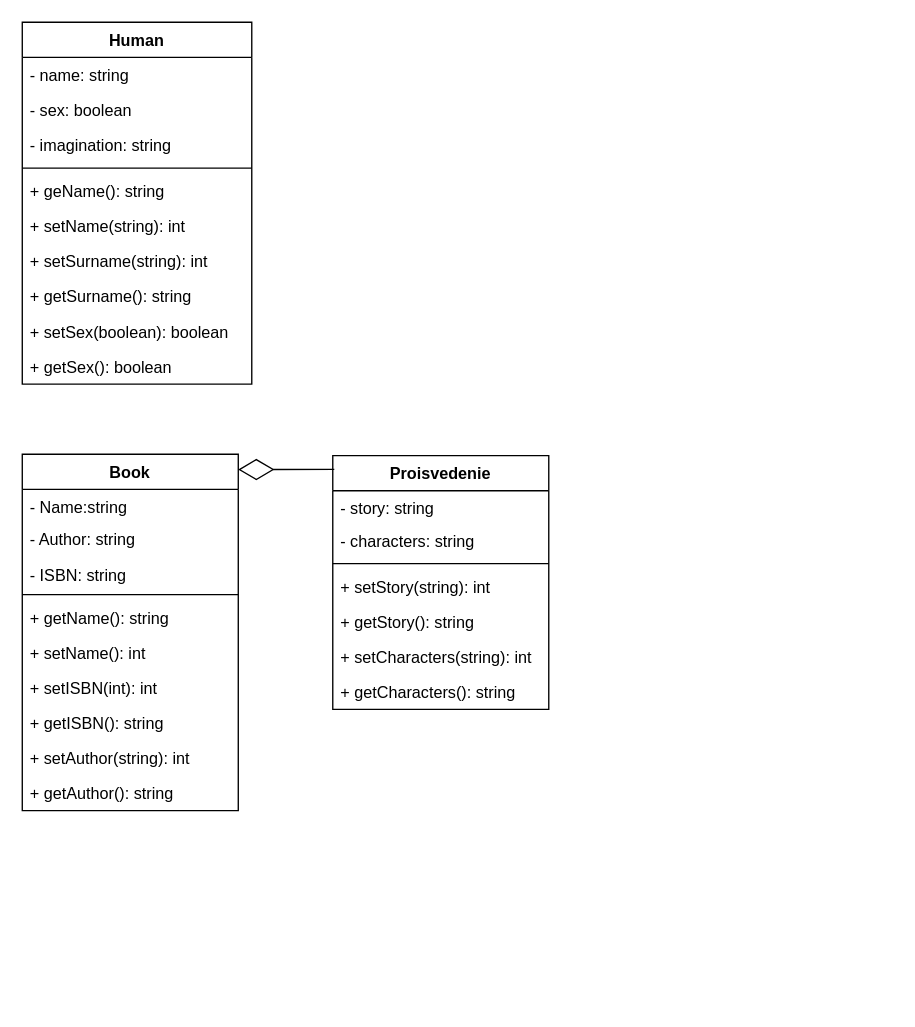
This is Reader #2/Reader.drawio from mxngell/Class, a draw.io file, before an edit. Source tidied: cells renumbered, new cells numbered last; positions are measured from the earlier drawing's top-left corner, leaving out a move shared by most shapes. Both pictures are drawn from the tidied source at 135%, with x=0, y=0 at pixel (22, 22).
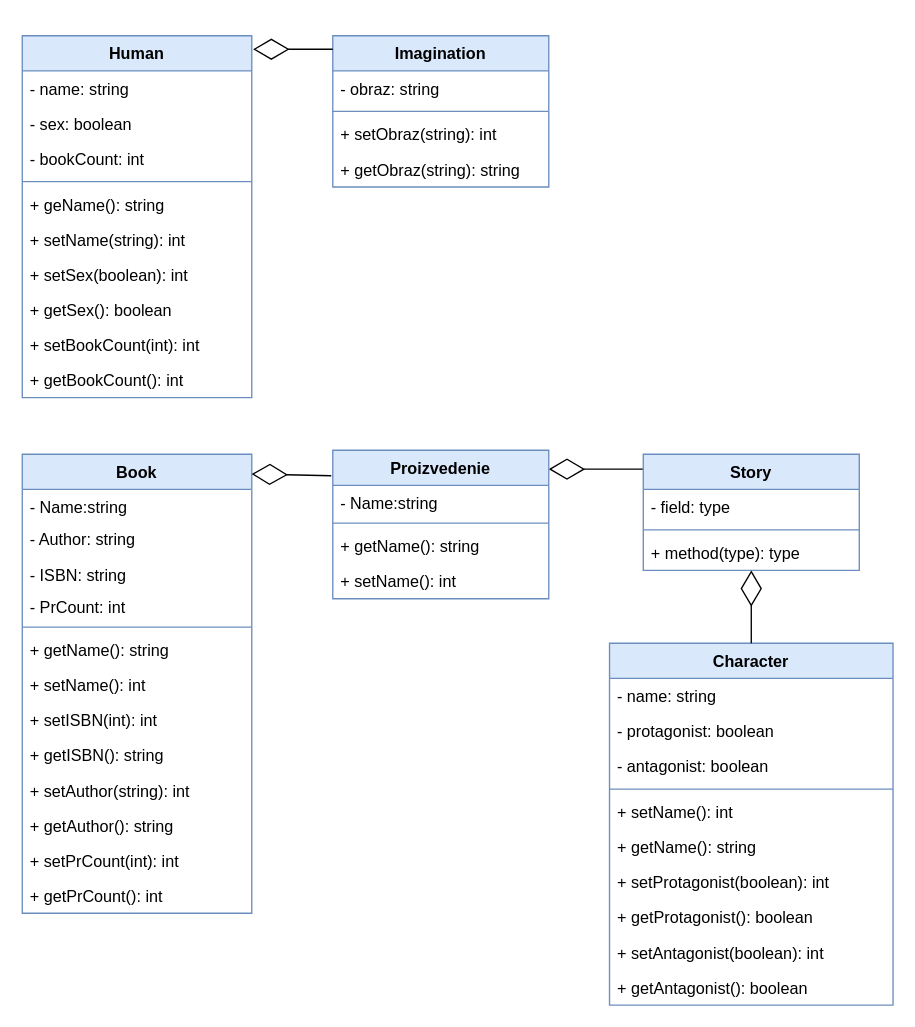
Above is the later version.

Diff of the diagram source:
```diff
@@
-    <mxCell id="2" value="Human" style="swimlane;fontStyle=1;align=center;verticalAlign=top;horizontal=1;startSize=26;" parent="1" vertex="1">
-      <mxGeometry width="170" height="268" as="geometry" />
+    <mxCell id="2" value="Human" style="swimlane;fontStyle=1;align=center;verticalAlign=top;horizontal=1;startSize=26;fillColor=#dae8fc;strokeColor=#6c8ebf;" parent="1" vertex="1">
+      <mxGeometry y="10" width="170" height="268" as="geometry" />
     </mxCell>
@@
-    <mxCell id="5" value="- imagination: string" style="text;strokeColor=none;fillColor=none;align=left;verticalAlign=top;spacingLeft=4;spacingRight=4;overflow=hidden;" parent="2" vertex="1">
-      <mxGeometry y="78" width="170" height="26" as="geometry" />
-    </mxCell>
+    <mxCell id="33" value="- bookCount: int" style="text;strokeColor=none;fillColor=none;align=left;verticalAlign=top;spacingLeft=4;spacingRight=4;overflow=hidden;" parent="2" vertex="1">
+      <mxGeometry y="78" width="170" height="26" as="geometry" />
+    </mxCell>
@@
-    <mxCell id="9" value="+ setSurname(string): int" style="text;strokeColor=none;fillColor=none;align=left;verticalAlign=top;spacingLeft=4;spacingRight=4;overflow=hidden;" parent="2" vertex="1">
-      <mxGeometry y="164" width="170" height="26" as="geometry" />
-    </mxCell>
-    <mxCell id="10" value="+ getSurname(): string" style="text;strokeColor=none;fillColor=none;align=left;verticalAlign=top;spacingLeft=4;spacingRight=4;overflow=hidden;" parent="2" vertex="1">
-      <mxGeometry y="190" width="170" height="26" as="geometry" />
-    </mxCell>
-    <mxCell id="11" value="+ setSex(boolean): boolean" style="text;strokeColor=none;fillColor=none;align=left;verticalAlign=top;spacingLeft=4;spacingRight=4;overflow=hidden;" parent="2" vertex="1">
-      <mxGeometry y="216" width="170" height="26" as="geometry" />
+    <mxCell id="11" value="+ setSex(boolean): int" style="text;strokeColor=none;fillColor=none;align=left;verticalAlign=top;spacingLeft=4;spacingRight=4;overflow=hidden;" parent="2" vertex="1">
+      <mxGeometry y="164" width="170" height="26" as="geometry" />
     </mxCell>
     <mxCell id="12" value="+ getSex(): boolean" style="text;strokeColor=none;fillColor=none;align=left;verticalAlign=top;spacingLeft=4;spacingRight=4;overflow=hidden;" parent="2" vertex="1">
-      <mxGeometry y="242" width="170" height="26" as="geometry" />
+      <mxGeometry y="190" width="170" height="26" as="geometry" />
     </mxCell>
+    <mxCell id="34" value="+ setBookCount(int): int" style="text;strokeColor=none;fillColor=none;align=left;verticalAlign=top;spacingLeft=4;spacingRight=4;overflow=hidden;" parent="2" vertex="1">
+      <mxGeometry y="216" width="170" height="26" as="geometry" />
+    </mxCell>
+    <mxCell id="35" value="+ getBookCount(): int" style="text;strokeColor=none;fillColor=none;align=left;verticalAlign=top;spacingLeft=4;spacingRight=4;overflow=hidden;" parent="2" vertex="1">
+      <mxGeometry y="242" width="170" height="26" as="geometry" />
+    </mxCell>
-    <mxCell id="13" value="Book" style="swimlane;fontStyle=1;align=center;verticalAlign=top;horizontal=1;startSize=26;" parent="1" vertex="1">
-      <mxGeometry y="320" width="160" height="264" as="geometry" />
+    <mxCell id="13" value="Book" style="swimlane;fontStyle=1;align=center;verticalAlign=top;horizontal=1;startSize=26;fillColor=#dae8fc;strokeColor=#6c8ebf;" parent="1" vertex="1">
+      <mxGeometry y="320" width="170" height="340" as="geometry" />
     </mxCell>
     <mxCell id="14" value="- Name:string" style="text;strokeColor=none;fillColor=none;align=left;verticalAlign=top;spacingLeft=4;spacingRight=4;overflow=hidden;" parent="13" vertex="1">
-      <mxGeometry y="26" width="160" height="24" as="geometry" />
+      <mxGeometry y="26" width="170" height="24" as="geometry" />
     </mxCell>
     <mxCell id="15" value="- Author: string" style="text;strokeColor=none;fillColor=none;align=left;verticalAlign=top;spacingLeft=4;spacingRight=4;overflow=hidden;" parent="13" vertex="1">
-      <mxGeometry y="50" width="160" height="26" as="geometry" />
+      <mxGeometry y="50" width="170" height="26" as="geometry" />
     </mxCell>
     <mxCell id="16" value="- ISBN: string&#10;" style="text;strokeColor=none;fillColor=none;align=left;verticalAlign=top;spacingLeft=4;spacingRight=4;overflow=hidden;" parent="13" vertex="1">
-      <mxGeometry y="76" width="160" height="24" as="geometry" />
+      <mxGeometry y="76" width="170" height="24" as="geometry" />
     </mxCell>
+    <mxCell id="36" value="- PrCount: int&#10;" style="text;strokeColor=none;fillColor=none;align=left;verticalAlign=top;spacingLeft=4;spacingRight=4;overflow=hidden;" parent="13" vertex="1">
+      <mxGeometry y="100" width="170" height="24" as="geometry" />
+    </mxCell>
     <mxCell id="17" style="line;strokeWidth=1;fillColor=none;align=left;verticalAlign=middle;spacingTop=-1;spacingLeft=3;spacingRight=3;labelPosition=right;strokeColor=inherit;" parent="13" vertex="1">
-      <mxGeometry y="100" width="160" height="8" as="geometry" />
+      <mxGeometry y="124" width="170" height="8" as="geometry" />
     </mxCell>
     <mxCell id="18" value="+ getName(): string" style="text;strokeColor=none;fillColor=none;align=left;verticalAlign=top;spacingLeft=4;spacingRight=4;overflow=hidden;" parent="13" vertex="1">
-      <mxGeometry y="108" width="160" height="26" as="geometry" />
+      <mxGeometry y="132" width="170" height="26" as="geometry" />
     </mxCell>
     <mxCell id="19" value="+ setName(): int" style="text;strokeColor=none;fillColor=none;align=left;verticalAlign=top;spacingLeft=4;spacingRight=4;overflow=hidden;" parent="13" vertex="1">
-      <mxGeometry y="134" width="160" height="26" as="geometry" />
+      <mxGeometry y="158" width="170" height="26" as="geometry" />
     </mxCell>
     <mxCell id="20" value="+ setISBN(int): int" style="text;strokeColor=none;fillColor=none;align=left;verticalAlign=top;spacingLeft=4;spacingRight=4;overflow=hidden;" parent="13" vertex="1">
-      <mxGeometry y="160" width="160" height="26" as="geometry" />
+      <mxGeometry y="184" width="170" height="26" as="geometry" />
     </mxCell>
     <mxCell id="21" value="+ getISBN(): string" style="text;strokeColor=none;fillColor=none;align=left;verticalAlign=top;spacingLeft=4;spacingRight=4;overflow=hidden;" parent="13" vertex="1">
-      <mxGeometry y="186" width="160" height="26" as="geometry" />
+      <mxGeometry y="210" width="170" height="26" as="geometry" />
     </mxCell>
     <mxCell id="22" value="+ setAuthor(string): int" style="text;strokeColor=none;fillColor=none;align=left;verticalAlign=top;spacingLeft=4;spacingRight=4;overflow=hidden;" parent="13" vertex="1">
-      <mxGeometry y="212" width="160" height="26" as="geometry" />
+      <mxGeometry y="236" width="170" height="26" as="geometry" />
     </mxCell>
     <mxCell id="23" value="+ getAuthor(): string" style="text;strokeColor=none;fillColor=none;align=left;verticalAlign=top;spacingLeft=4;spacingRight=4;overflow=hidden;" parent="13" vertex="1">
-      <mxGeometry y="238" width="160" height="26" as="geometry" />
+      <mxGeometry y="262" width="170" height="26" as="geometry" />
     </mxCell>
-    <mxCell id="24" value="Proisvedenie" style="swimlane;fontStyle=1;align=center;verticalAlign=top;horizontal=1;startSize=26;" parent="1" vertex="1">
-      <mxGeometry x="230" y="321" width="160" height="188" as="geometry" />
-    </mxCell>
-    <mxCell id="25" value="- story: string&#10;" style="text;strokeColor=none;fillColor=none;align=left;verticalAlign=top;spacingLeft=4;spacingRight=4;overflow=hidden;" parent="24" vertex="1">
-      <mxGeometry y="26" width="160" height="24" as="geometry" />
-    </mxCell>
-    <mxCell id="26" value="- characters: string" style="text;strokeColor=none;fillColor=none;align=left;verticalAlign=top;spacingLeft=4;spacingRight=4;overflow=hidden;" parent="24" vertex="1">
-      <mxGeometry y="50" width="160" height="26" as="geometry" />
-    </mxCell>
-    <mxCell id="27" style="line;strokeWidth=1;fillColor=none;align=left;verticalAlign=middle;spacingTop=-1;spacingLeft=3;spacingRight=3;labelPosition=right;strokeColor=inherit;" parent="24" vertex="1">
-      <mxGeometry y="76" width="160" height="8" as="geometry" />
-    </mxCell>
-    <mxCell id="28" value="+ setStory(string): int" style="text;strokeColor=none;fillColor=none;align=left;verticalAlign=top;spacingLeft=4;spacingRight=4;overflow=hidden;" parent="24" vertex="1">
-      <mxGeometry y="84" width="160" height="26" as="geometry" />
-    </mxCell>
-    <mxCell id="29" value="+ getStory(): string" style="text;strokeColor=none;fillColor=none;align=left;verticalAlign=top;spacingLeft=4;spacingRight=4;overflow=hidden;" parent="24" vertex="1">
-      <mxGeometry y="110" width="160" height="26" as="geometry" />
-    </mxCell>
-    <mxCell id="30" value="+ setCharacters(string): int" style="text;strokeColor=none;fillColor=none;align=left;verticalAlign=top;spacingLeft=4;spacingRight=4;overflow=hidden;" parent="24" vertex="1">
-      <mxGeometry y="136" width="160" height="26" as="geometry" />
-    </mxCell>
-    <mxCell id="31" value="+ getCharacters(): string" style="text;strokeColor=none;fillColor=none;align=left;verticalAlign=top;spacingLeft=4;spacingRight=4;overflow=hidden;" parent="24" vertex="1">
-      <mxGeometry y="162" width="160" height="26" as="geometry" />
-    </mxCell>
+    <mxCell id="37" value="+ setPrCount(int): int" style="text;strokeColor=none;fillColor=none;align=left;verticalAlign=top;spacingLeft=4;spacingRight=4;overflow=hidden;" parent="13" vertex="1">
+      <mxGeometry y="288" width="170" height="26" as="geometry" />
+    </mxCell>
+    <mxCell id="38" value="+ getPrCount(): int" style="text;strokeColor=none;fillColor=none;align=left;verticalAlign=top;spacingLeft=4;spacingRight=4;overflow=hidden;" parent="13" vertex="1">
+      <mxGeometry y="314" width="170" height="26" as="geometry" />
+    </mxCell>
-    <mxCell id="32" style="endArrow=diamondThin;endFill=0;endSize=24;html=1;rounded=0;exitX=0.007;exitY=0.054;exitDx=0;exitDy=0;exitPerimeter=0;entryX=0.999;entryY=0.043;entryDx=0;entryDy=0;entryPerimeter=0;" parent="1" edge="1" source="24" target="13">
+    <mxCell id="32" style="endArrow=diamondThin;endFill=0;endSize=24;html=1;rounded=0;exitX=-0.007;exitY=0.172;exitDx=0;exitDy=0;exitPerimeter=0;entryX=0.999;entryY=0.043;entryDx=0;entryDy=0;entryPerimeter=0;" parent="1" edge="1" source="61" target="13">
       <mxGeometry relative="1" as="geometry" />
     </mxCell>
+    <mxCell id="39" style="endArrow=diamondThin;endFill=0;endSize=24;html=1;rounded=0;exitX=0.007;exitY=0.054;exitDx=0;exitDy=0;exitPerimeter=0;entryX=0.999;entryY=0.043;entryDx=0;entryDy=0;entryPerimeter=0;" parent="1" edge="1">
+      <mxGeometry relative="1" as="geometry">
+        <mxPoint x="461" y="331" as="sourcePoint" />
+        <mxPoint x="390" y="331" as="targetPoint" />
+      </mxGeometry>
+    </mxCell>
+    <mxCell id="40" value="Story" style="swimlane;fontStyle=1;align=center;verticalAlign=top;horizontal=1;startSize=26;fillColor=#dae8fc;strokeColor=#6c8ebf;" parent="1" vertex="1">
+      <mxGeometry x="460" y="320" width="160" height="86" as="geometry" />
+    </mxCell>
+    <mxCell id="41" value="- field: type" style="text;strokeColor=none;fillColor=none;align=left;verticalAlign=top;spacingLeft=4;spacingRight=4;overflow=hidden;" parent="40" vertex="1">
+      <mxGeometry y="26" width="160" height="26" as="geometry" />
+    </mxCell>
+    <mxCell id="42" style="line;strokeWidth=1;fillColor=none;align=left;verticalAlign=middle;spacingTop=-1;spacingLeft=3;spacingRight=3;labelPosition=right;strokeColor=inherit;" parent="40" vertex="1">
+      <mxGeometry y="52" width="160" height="8" as="geometry" />
+    </mxCell>
+    <mxCell id="43" value="+ method(type): type" style="text;strokeColor=none;fillColor=none;align=left;verticalAlign=top;spacingLeft=4;spacingRight=4;overflow=hidden;" parent="40" vertex="1">
+      <mxGeometry y="60" width="160" height="26" as="geometry" />
+    </mxCell>
+    <mxCell id="44" value="Character" style="swimlane;fontStyle=1;align=center;verticalAlign=top;horizontal=1;startSize=26;fillColor=#dae8fc;strokeColor=#6c8ebf;" parent="1" vertex="1">
+      <mxGeometry x="435" y="460" width="210" height="268" as="geometry" />
+    </mxCell>
+    <mxCell id="45" value="- name: string" style="text;strokeColor=none;fillColor=none;align=left;verticalAlign=top;spacingLeft=4;spacingRight=4;overflow=hidden;" parent="44" vertex="1">
+      <mxGeometry y="26" width="210" height="26" as="geometry" />
+    </mxCell>
+    <mxCell id="46" value="- protagonist: boolean" style="text;strokeColor=none;fillColor=none;align=left;verticalAlign=top;spacingLeft=4;spacingRight=4;overflow=hidden;" parent="44" vertex="1">
+      <mxGeometry y="52" width="210" height="26" as="geometry" />
+    </mxCell>
+    <mxCell id="47" value="- antagonist: boolean" style="text;strokeColor=none;fillColor=none;align=left;verticalAlign=top;spacingLeft=4;spacingRight=4;overflow=hidden;" parent="44" vertex="1">
+      <mxGeometry y="78" width="210" height="26" as="geometry" />
+    </mxCell>
+    <mxCell id="48" style="line;strokeWidth=1;fillColor=none;align=left;verticalAlign=middle;spacingTop=-1;spacingLeft=3;spacingRight=3;labelPosition=right;strokeColor=inherit;" parent="44" vertex="1">
+      <mxGeometry y="104" width="210" height="8" as="geometry" />
+    </mxCell>
+    <mxCell id="49" value="+ setName(): int" style="text;strokeColor=none;fillColor=none;align=left;verticalAlign=top;spacingLeft=4;spacingRight=4;overflow=hidden;" parent="44" vertex="1">
+      <mxGeometry y="112" width="210" height="26" as="geometry" />
+    </mxCell>
+    <mxCell id="50" value="+ getName(): string" style="text;strokeColor=none;fillColor=none;align=left;verticalAlign=top;spacingLeft=4;spacingRight=4;overflow=hidden;" parent="44" vertex="1">
+      <mxGeometry y="138" width="210" height="26" as="geometry" />
+    </mxCell>
+    <mxCell id="51" value="+ setProtagonist(boolean): int" style="text;strokeColor=none;fillColor=none;align=left;verticalAlign=top;spacingLeft=4;spacingRight=4;overflow=hidden;" parent="44" vertex="1">
+      <mxGeometry y="164" width="210" height="26" as="geometry" />
+    </mxCell>
+    <mxCell id="52" value="+ getProtagonist(): boolean" style="text;strokeColor=none;fillColor=none;align=left;verticalAlign=top;spacingLeft=4;spacingRight=4;overflow=hidden;" parent="44" vertex="1">
+      <mxGeometry y="190" width="210" height="26" as="geometry" />
+    </mxCell>
+    <mxCell id="53" value="+ setAntagonist(boolean): int" style="text;strokeColor=none;fillColor=none;align=left;verticalAlign=top;spacingLeft=4;spacingRight=4;overflow=hidden;" parent="44" vertex="1">
+      <mxGeometry y="216" width="210" height="26" as="geometry" />
+    </mxCell>
+    <mxCell id="54" value="+ getAntagonist(): boolean" style="text;strokeColor=none;fillColor=none;align=left;verticalAlign=top;spacingLeft=4;spacingRight=4;overflow=hidden;" parent="44" vertex="1">
+      <mxGeometry y="242" width="210" height="26" as="geometry" />
+    </mxCell>
+    <mxCell id="55" style="endArrow=diamondThin;endFill=0;endSize=24;html=1;rounded=0;exitX=0.5;exitY=0;exitDx=0;exitDy=0;entryX=0.5;entryY=1;entryDx=0;entryDy=0;" parent="1" edge="1" source="44" target="40">
+      <mxGeometry relative="1" as="geometry" />
+    </mxCell>
+    <mxCell id="56" value="Imagination" style="swimlane;fontStyle=1;align=center;verticalAlign=top;horizontal=1;startSize=26;fillColor=#dae8fc;strokeColor=#6c8ebf;" parent="1" vertex="1">
+      <mxGeometry x="230" y="10" width="160" height="112" as="geometry" />
+    </mxCell>
+    <mxCell id="57" value="- obraz: string" style="text;strokeColor=none;fillColor=none;align=left;verticalAlign=top;spacingLeft=4;spacingRight=4;overflow=hidden;" parent="56" vertex="1">
+      <mxGeometry y="26" width="160" height="26" as="geometry" />
+    </mxCell>
+    <mxCell id="58" style="line;strokeWidth=1;fillColor=none;align=left;verticalAlign=middle;spacingTop=-1;spacingLeft=3;spacingRight=3;labelPosition=right;strokeColor=inherit;" parent="56" vertex="1">
+      <mxGeometry y="52" width="160" height="8" as="geometry" />
+    </mxCell>
+    <mxCell id="59" value="+ setObraz(string): int" style="text;strokeColor=none;fillColor=none;align=left;verticalAlign=top;spacingLeft=4;spacingRight=4;overflow=hidden;" parent="56" vertex="1">
+      <mxGeometry y="60" width="160" height="26" as="geometry" />
+    </mxCell>
+    <mxCell id="60" value="+ getObraz(string): string" style="text;strokeColor=none;fillColor=none;align=left;verticalAlign=top;spacingLeft=4;spacingRight=4;overflow=hidden;" parent="56" vertex="1">
+      <mxGeometry y="86" width="160" height="26" as="geometry" />
+    </mxCell>
+    <mxCell id="61" value="Proizvedenie" style="swimlane;fontStyle=1;align=center;verticalAlign=top;horizontal=1;startSize=26;fillColor=#dae8fc;strokeColor=#6c8ebf;" parent="1" vertex="1">
+      <mxGeometry x="230" y="317" width="160" height="110" as="geometry" />
+    </mxCell>
+    <mxCell id="62" value="- Name:string" style="text;strokeColor=none;fillColor=none;align=left;verticalAlign=top;spacingLeft=4;spacingRight=4;overflow=hidden;" parent="61" vertex="1">
+      <mxGeometry y="26" width="160" height="24" as="geometry" />
+    </mxCell>
+    <mxCell id="63" style="line;strokeWidth=1;fillColor=none;align=left;verticalAlign=middle;spacingTop=-1;spacingLeft=3;spacingRight=3;labelPosition=right;strokeColor=inherit;" parent="61" vertex="1">
+      <mxGeometry y="50" width="160" height="8" as="geometry" />
+    </mxCell>
+    <mxCell id="64" value="+ getName(): string" style="text;strokeColor=none;fillColor=none;align=left;verticalAlign=top;spacingLeft=4;spacingRight=4;overflow=hidden;" parent="61" vertex="1">
+      <mxGeometry y="58" width="160" height="26" as="geometry" />
+    </mxCell>
+    <mxCell id="65" value="+ setName(): int" style="text;strokeColor=none;fillColor=none;align=left;verticalAlign=top;spacingLeft=4;spacingRight=4;overflow=hidden;" parent="61" vertex="1">
+      <mxGeometry y="84" width="160" height="26" as="geometry" />
+    </mxCell>
+    <mxCell id="66" style="endArrow=diamondThin;endFill=0;endSize=24;html=1;rounded=0;exitX=-0.007;exitY=0.172;exitDx=0;exitDy=0;exitPerimeter=0;entryX=0.999;entryY=0.043;entryDx=0;entryDy=0;entryPerimeter=0;" parent="1" edge="1">
+      <mxGeometry relative="1" as="geometry">
+        <mxPoint x="230" y="20" as="sourcePoint" />
+        <mxPoint x="171" y="20" as="targetPoint" />
+      </mxGeometry>
+    </mxCell>
```
